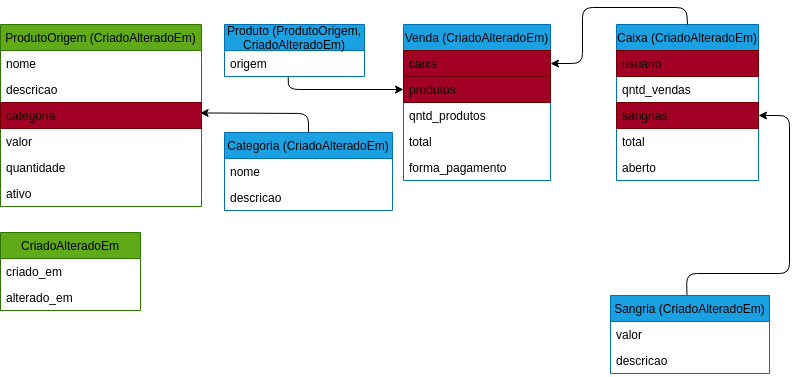
Juzeka/Mercearia keeps this draw.io diagram as relacionamento.png. Above is the earlier version. Source tidied: cells renumbered, new cells last; positions are measured from the earlier drawing's top-left corner, leaving out a move shared by most shapes.
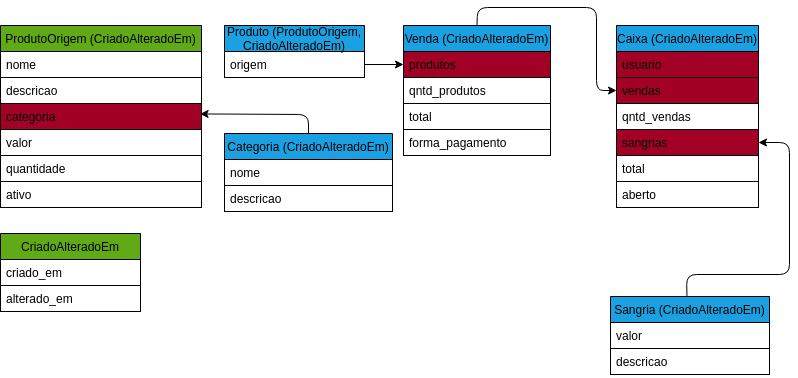
After the commit.

Commit message:
refatorando relacionamento

Change to the diagram source:
```diff
@@ -1,123 +1,119 @@
-<mxGraphModel background="#ffffff">
+<mxGraphModel background="#FFFFFF">
   <root>
     <mxCell id="0" />
     <mxCell id="1" parent="0" />
+    <mxCell id="36" style="edgeStyle=none;html=1;exitX=1;exitY=0.75;exitDx=0;exitDy=0;entryX=0;entryY=0.5;entryDx=0;entryDy=0;fontColor=#000000;strokeColor=#000000;" parent="1" edge="1" source="2" target="13">
+      <mxGeometry relative="1" as="geometry" />
+    </mxCell>
-    <mxCell id="2" value="Produto (ProdutoOrigem, &#10;CriadoAlteradoEm)" style="swimlane;fontStyle=0;horizontal=1;startSize=26;fillColor=#1ba1e2;fontColor=#000000;strokeColor=#006EAF;" parent="1" vertex="1">
+    <mxCell id="2" value="Produto (ProdutoOrigem, &#10;CriadoAlteradoEm)" style="swimlane;fontStyle=0;horizontal=1;startSize=26;fillColor=#1ba1e2;fontColor=#000000;strokeColor=#000000;" parent="1" vertex="1">
       <mxGeometry x="224" y="17" width="140" height="52" as="geometry" />
     </mxCell>
-    <mxCell id="3" value="origem" style="text;strokeColor=none;fillColor=none;align=left;verticalAlign=top;spacingLeft=4;spacingRight=4;overflow=hidden;points=[[0,0.5],[1,0.5]];portConstraint=eastwest;fontColor=#000000;" parent="2" vertex="1">
+    <mxCell id="3" value="origem" style="text;strokeColor=#000000;fillColor=none;align=left;verticalAlign=top;spacingLeft=4;spacingRight=4;overflow=hidden;points=[[0,0.5],[1,0.5]];portConstraint=eastwest;fontColor=#000000;" parent="2" vertex="1">
       <mxGeometry y="26" width="140" height="26" as="geometry" />
     </mxCell>
-    <mxCell id="4" value="ProdutoOrigem (CriadoAlteradoEm)" style="swimlane;fontStyle=0;horizontal=1;startSize=26;fillColor=#60a917;fontColor=#000000;strokeColor=#2D7600;" parent="1" vertex="1">
+    <mxCell id="4" value="ProdutoOrigem (CriadoAlteradoEm)" style="swimlane;fontStyle=0;horizontal=1;startSize=26;fillColor=#60a917;fontColor=#000000;strokeColor=#000000;" parent="1" vertex="1">
       <mxGeometry y="17" width="201" height="182" as="geometry" />
     </mxCell>
-    <mxCell id="5" value="nome" style="text;strokeColor=none;fillColor=none;align=left;verticalAlign=top;spacingLeft=4;spacingRight=4;overflow=hidden;fontColor=#000000;" parent="4" vertex="1">
+    <mxCell id="5" value="nome" style="text;strokeColor=#000000;fillColor=none;align=left;verticalAlign=top;spacingLeft=4;spacingRight=4;overflow=hidden;fontColor=#000000;" parent="4" vertex="1">
       <mxGeometry y="26" width="201" height="26" as="geometry" />
     </mxCell>
-    <mxCell id="6" value="descricao" style="text;strokeColor=none;fillColor=none;align=left;verticalAlign=top;spacingLeft=4;spacingRight=4;overflow=hidden;fontColor=#000000;" parent="4" vertex="1">
+    <mxCell id="6" value="descricao" style="text;strokeColor=#000000;fillColor=none;align=left;verticalAlign=top;spacingLeft=4;spacingRight=4;overflow=hidden;fontColor=#000000;" parent="4" vertex="1">
       <mxGeometry y="52" width="201" height="26" as="geometry" />
     </mxCell>
-    <mxCell id="7" value="categoria" style="text;strokeColor=#6F0000;fillColor=#a20025;align=left;verticalAlign=top;spacingLeft=4;spacingRight=4;overflow=hidden;points=[[0,0.5],[1,0.5]];portConstraint=eastwest;fontColor=#000000;" parent="4" vertex="1">
+    <mxCell id="7" value="categoria" style="text;strokeColor=#000000;fillColor=#a20025;align=left;verticalAlign=top;spacingLeft=4;spacingRight=4;overflow=hidden;points=[[0,0.5],[1,0.5]];portConstraint=eastwest;fontColor=#000000;" parent="4" vertex="1">
       <mxGeometry y="78" width="201" height="26" as="geometry" />
     </mxCell>
-    <mxCell id="8" value="valor" style="text;strokeColor=none;fillColor=none;align=left;verticalAlign=top;spacingLeft=4;spacingRight=4;overflow=hidden;fontColor=#000000;" parent="4" vertex="1">
+    <mxCell id="8" value="valor" style="text;strokeColor=#000000;fillColor=none;align=left;verticalAlign=top;spacingLeft=4;spacingRight=4;overflow=hidden;fontColor=#000000;" parent="4" vertex="1">
       <mxGeometry y="104" width="201" height="26" as="geometry" />
     </mxCell>
-    <mxCell id="9" value="quantidade" style="text;strokeColor=none;fillColor=none;align=left;verticalAlign=top;spacingLeft=4;spacingRight=4;overflow=hidden;fontColor=#000000;" parent="4" vertex="1">
+    <mxCell id="9" value="quantidade" style="text;strokeColor=#000000;fillColor=none;align=left;verticalAlign=top;spacingLeft=4;spacingRight=4;overflow=hidden;fontColor=#000000;" parent="4" vertex="1">
       <mxGeometry y="130" width="201" height="26" as="geometry" />
     </mxCell>
-    <mxCell id="10" value="ativo" style="text;strokeColor=none;fillColor=none;align=left;verticalAlign=top;spacingLeft=4;spacingRight=4;overflow=hidden;fontColor=#000000;" parent="4" vertex="1">
+    <mxCell id="10" value="ativo" style="text;strokeColor=#000000;fillColor=none;align=left;verticalAlign=top;spacingLeft=4;spacingRight=4;overflow=hidden;fontColor=#000000;" parent="4" vertex="1">
       <mxGeometry y="156" width="201" height="26" as="geometry" />
     </mxCell>
+    <mxCell id="37" style="edgeStyle=none;html=1;exitX=0.5;exitY=0;exitDx=0;exitDy=0;entryX=0;entryY=0.5;entryDx=0;entryDy=0;fontColor=#000000;strokeColor=#000000;" parent="1" edge="1" source="11" target="38">
+      <mxGeometry relative="1" as="geometry">
+        <Array as="points">
+          <mxPoint x="477" y="-1" />
+          <mxPoint x="596" y="-1" />
+          <mxPoint x="596" y="82" />
+        </Array>
+      </mxGeometry>
+    </mxCell>
-    <mxCell id="11" value="Venda (CriadoAlteradoEm)" style="swimlane;fontStyle=0;horizontal=1;startSize=26;fillColor=#1ba1e2;fontColor=#000000;strokeColor=#006EAF;" parent="1" vertex="1">
-      <mxGeometry x="403" y="17" width="147" height="156" as="geometry" />
+    <mxCell id="11" value="Venda (CriadoAlteradoEm)" style="swimlane;fontStyle=0;horizontal=1;startSize=26;fillColor=#1ba1e2;fontColor=#000000;strokeColor=#000000;" parent="1" vertex="1">
+      <mxGeometry x="403" y="17" width="147" height="130" as="geometry" />
     </mxCell>
-    <mxCell id="12" value="caixa" style="text;strokeColor=#6F0000;fillColor=#a20025;align=left;verticalAlign=top;spacingLeft=4;spacingRight=4;overflow=hidden;points=[[0,0.5],[1,0.5]];portConstraint=eastwest;fontColor=#000000;" parent="11" vertex="1">
-      <mxGeometry y="26" width="147" height="26" as="geometry" />
-    </mxCell>
-    <mxCell id="13" value="produtos" style="text;strokeColor=#6F0000;fillColor=#a20025;align=left;verticalAlign=top;spacingLeft=4;spacingRight=4;overflow=hidden;points=[[0,0.5],[1,0.5]];portConstraint=eastwest;fontColor=#000000;" parent="11" vertex="1">
-      <mxGeometry y="52" width="147" height="26" as="geometry" />
+    <mxCell id="13" value="produtos" style="text;strokeColor=#000000;fillColor=#a20025;align=left;verticalAlign=top;spacingLeft=4;spacingRight=4;overflow=hidden;points=[[0,0.5],[1,0.5]];portConstraint=eastwest;fontColor=#000000;" parent="11" vertex="1">
+      <mxGeometry y="26" width="147" height="26" as="geometry" />
     </mxCell>
-    <mxCell id="14" value="qntd_produtos" style="text;strokeColor=none;fillColor=none;align=left;verticalAlign=top;spacingLeft=4;spacingRight=4;overflow=hidden;fontColor=#000000;" parent="11" vertex="1">
-      <mxGeometry y="78" width="147" height="26" as="geometry" />
+    <mxCell id="14" value="qntd_produtos" style="text;strokeColor=#000000;fillColor=none;align=left;verticalAlign=top;spacingLeft=4;spacingRight=4;overflow=hidden;fontColor=#000000;" parent="11" vertex="1">
+      <mxGeometry y="52" width="147" height="26" as="geometry" />
     </mxCell>
-    <mxCell id="15" value="total" style="text;strokeColor=none;fillColor=none;align=left;verticalAlign=top;spacingLeft=4;spacingRight=4;overflow=hidden;fontColor=#000000;" parent="11" vertex="1">
-      <mxGeometry y="104" width="147" height="26" as="geometry" />
+    <mxCell id="15" value="total" style="text;strokeColor=#000000;fillColor=none;align=left;verticalAlign=top;spacingLeft=4;spacingRight=4;overflow=hidden;fontColor=#000000;" parent="11" vertex="1">
+      <mxGeometry y="78" width="147" height="26" as="geometry" />
     </mxCell>
-    <mxCell id="16" value="forma_pagamento" style="text;strokeColor=none;fillColor=none;align=left;verticalAlign=top;spacingLeft=4;spacingRight=4;overflow=hidden;fontColor=#000000;" parent="11" vertex="1">
-      <mxGeometry y="130" width="147" height="26" as="geometry" />
+    <mxCell id="16" value="forma_pagamento" style="text;strokeColor=#000000;fillColor=none;align=left;verticalAlign=top;spacingLeft=4;spacingRight=4;overflow=hidden;fontColor=#000000;" parent="11" vertex="1">
+      <mxGeometry y="104" width="147" height="26" as="geometry" />
     </mxCell>
-    <mxCell id="17" value="Caixa (CriadoAlteradoEm)" style="swimlane;fontStyle=0;horizontal=1;startSize=26;fillColor=#1ba1e2;fontColor=#000000;strokeColor=#006EAF;" parent="1" vertex="1">
-      <mxGeometry x="616" y="17" width="142" height="156" as="geometry" />
+    <mxCell id="17" value="Caixa (CriadoAlteradoEm)" style="swimlane;fontStyle=0;horizontal=1;startSize=26;fillColor=#1ba1e2;fontColor=#000000;strokeColor=#000000;" parent="1" vertex="1">
+      <mxGeometry x="616" y="17" width="142" height="182" as="geometry" />
     </mxCell>
-    <mxCell id="18" value="usuario" style="text;strokeColor=#6F0000;fillColor=#a20025;align=left;verticalAlign=top;spacingLeft=4;spacingRight=4;overflow=hidden;fontColor=#000000;" parent="17" vertex="1">
+    <mxCell id="18" value="usuario" style="text;strokeColor=#000000;fillColor=#a20025;align=left;verticalAlign=top;spacingLeft=4;spacingRight=4;overflow=hidden;fontColor=#000000;" parent="17" vertex="1">
       <mxGeometry y="26" width="142" height="26" as="geometry" />
     </mxCell>
+    <mxCell id="38" value="vendas" style="text;strokeColor=#000000;fillColor=#a20025;align=left;verticalAlign=top;spacingLeft=4;spacingRight=4;overflow=hidden;points=[[0,0.5],[1,0.5]];portConstraint=eastwest;fontColor=#000000;" parent="17" vertex="1">
+      <mxGeometry y="52" width="142" height="26" as="geometry" />
+    </mxCell>
-    <mxCell id="19" value="qntd_vendas" style="text;strokeColor=none;fillColor=none;align=left;verticalAlign=top;spacingLeft=4;spacingRight=4;overflow=hidden;fontColor=#000000;" parent="17" vertex="1">
-      <mxGeometry y="52" width="142" height="26" as="geometry" />
+    <mxCell id="19" value="qntd_vendas" style="text;strokeColor=#000000;fillColor=none;align=left;verticalAlign=top;spacingLeft=4;spacingRight=4;overflow=hidden;fontColor=#000000;" parent="17" vertex="1">
+      <mxGeometry y="78" width="142" height="26" as="geometry" />
     </mxCell>
-    <mxCell id="20" value="sangrias" style="text;strokeColor=#6F0000;fillColor=#a20025;align=left;verticalAlign=top;spacingLeft=4;spacingRight=4;overflow=hidden;points=[[0,0.5],[1,0.5]];portConstraint=eastwest;fontColor=#000000;" parent="17" vertex="1">
-      <mxGeometry y="78" width="142" height="26" as="geometry" />
+    <mxCell id="20" value="sangrias" style="text;strokeColor=#000000;fillColor=#a20025;align=left;verticalAlign=top;spacingLeft=4;spacingRight=4;overflow=hidden;points=[[0,0.5],[1,0.5]];portConstraint=eastwest;fontColor=#000000;" parent="17" vertex="1">
+      <mxGeometry y="104" width="142" height="26" as="geometry" />
     </mxCell>
-    <mxCell id="21" value="total" style="text;strokeColor=none;fillColor=none;align=left;verticalAlign=top;spacingLeft=4;spacingRight=4;overflow=hidden;fontColor=#000000;" parent="17" vertex="1">
-      <mxGeometry y="104" width="142" height="26" as="geometry" />
+    <mxCell id="21" value="total" style="text;strokeColor=#000000;fillColor=none;align=left;verticalAlign=top;spacingLeft=4;spacingRight=4;overflow=hidden;fontColor=#000000;" parent="17" vertex="1">
+      <mxGeometry y="130" width="142" height="26" as="geometry" />
     </mxCell>
-    <mxCell id="22" value="aberto" style="text;strokeColor=none;fillColor=none;align=left;verticalAlign=top;spacingLeft=4;spacingRight=4;overflow=hidden;fontColor=#000000;" parent="17" vertex="1">
-      <mxGeometry y="130" width="142" height="26" as="geometry" />
+    <mxCell id="22" value="aberto" style="text;strokeColor=#000000;fillColor=none;align=left;verticalAlign=top;spacingLeft=4;spacingRight=4;overflow=hidden;fontColor=#000000;" parent="17" vertex="1">
+      <mxGeometry y="156" width="142" height="26" as="geometry" />
     </mxCell>
-    <mxCell id="23" value="Sangria (CriadoAlteradoEm)" style="swimlane;fontStyle=0;horizontal=1;startSize=26;fillColor=#1ba1e2;fontColor=#000000;strokeColor=#006EAF;" parent="1" vertex="1">
+    <mxCell id="23" value="Sangria (CriadoAlteradoEm)" style="swimlane;fontStyle=0;horizontal=1;startSize=26;fillColor=#1ba1e2;fontColor=#000000;strokeColor=#000000;" parent="1" vertex="1">
       <mxGeometry x="610" y="288" width="159" height="78" as="geometry" />
     </mxCell>
-    <mxCell id="24" value="valor" style="text;strokeColor=none;fillColor=none;align=left;verticalAlign=top;spacingLeft=4;spacingRight=4;overflow=hidden;fontColor=#000000;" parent="23" vertex="1">
+    <mxCell id="24" value="valor" style="text;strokeColor=#000000;fillColor=none;align=left;verticalAlign=top;spacingLeft=4;spacingRight=4;overflow=hidden;fontColor=#000000;" parent="23" vertex="1">
       <mxGeometry y="26" width="159" height="26" as="geometry" />
     </mxCell>
-    <mxCell id="25" value="descricao" style="text;strokeColor=none;fillColor=none;align=left;verticalAlign=top;spacingLeft=4;spacingRight=4;overflow=hidden;fontColor=#000000;" parent="23" vertex="1">
+    <mxCell id="25" value="descricao" style="text;strokeColor=#000000;fillColor=none;align=left;verticalAlign=top;spacingLeft=4;spacingRight=4;overflow=hidden;fontColor=#000000;" parent="23" vertex="1">
       <mxGeometry y="52" width="159" height="26" as="geometry" />
     </mxCell>
-    <mxCell id="26" value="Categoria (CriadoAlteradoEm)" style="swimlane;fontStyle=0;horizontal=1;startSize=26;fillColor=#1ba1e2;fontColor=#000000;strokeColor=#006EAF;" parent="1" vertex="1">
+    <mxCell id="26" value="Categoria (CriadoAlteradoEm)" style="swimlane;fontStyle=0;horizontal=1;startSize=26;fillColor=#1ba1e2;fontColor=#000000;strokeColor=#000000;" parent="1" vertex="1">
       <mxGeometry x="224" y="125" width="168" height="78" as="geometry" />
     </mxCell>
-    <mxCell id="27" value="nome" style="text;strokeColor=none;fillColor=none;align=left;verticalAlign=top;spacingLeft=4;spacingRight=4;overflow=hidden;fontColor=#000000;" parent="26" vertex="1">
+    <mxCell id="27" value="nome" style="text;strokeColor=#000000;fillColor=none;align=left;verticalAlign=top;spacingLeft=4;spacingRight=4;overflow=hidden;fontColor=#000000;" parent="26" vertex="1">
       <mxGeometry y="26" width="168" height="26" as="geometry" />
     </mxCell>
-    <mxCell id="28" value="descricao" style="text;strokeColor=none;fillColor=none;align=left;verticalAlign=top;spacingLeft=4;spacingRight=4;overflow=hidden;fontColor=#000000;" parent="26" vertex="1">
+    <mxCell id="28" value="descricao" style="text;strokeColor=#000000;fillColor=none;align=left;verticalAlign=top;spacingLeft=4;spacingRight=4;overflow=hidden;fontColor=#000000;" parent="26" vertex="1">
       <mxGeometry y="52" width="168" height="26" as="geometry" />
     </mxCell>
-    <mxCell id="29" value="CriadoAlteradoEm" style="swimlane;fontStyle=0;horizontal=1;startSize=26;fillColor=#60a917;fontColor=#000000;strokeColor=#2D7600;" parent="1" vertex="1">
+    <mxCell id="29" value="CriadoAlteradoEm" style="swimlane;fontStyle=0;horizontal=1;startSize=26;fillColor=#60a917;fontColor=#000000;strokeColor=#000000;" parent="1" vertex="1">
       <mxGeometry y="225" width="140" height="78" as="geometry" />
     </mxCell>
-    <mxCell id="30" value="criado_em" style="text;strokeColor=none;fillColor=none;align=left;verticalAlign=top;spacingLeft=4;spacingRight=4;overflow=hidden;fontColor=#000000;" parent="29" vertex="1">
+    <mxCell id="30" value="criado_em" style="text;strokeColor=#000000;fillColor=none;align=left;verticalAlign=top;spacingLeft=4;spacingRight=4;overflow=hidden;fontColor=#000000;" parent="29" vertex="1">
       <mxGeometry y="26" width="140" height="26" as="geometry" />
     </mxCell>
-    <mxCell id="31" value="alterado_em" style="text;strokeColor=none;fillColor=none;align=left;verticalAlign=top;spacingLeft=4;spacingRight=4;overflow=hidden;fontColor=#000000;" parent="29" vertex="1">
+    <mxCell id="31" value="alterado_em" style="text;strokeColor=#000000;fillColor=none;align=left;verticalAlign=top;spacingLeft=4;spacingRight=4;overflow=hidden;fontColor=#000000;" parent="29" vertex="1">
       <mxGeometry y="52" width="140" height="26" as="geometry" />
     </mxCell>
-    <mxCell id="32" style="edgeStyle=none;exitX=0.455;exitY=1.011;exitDx=0;exitDy=0;exitPerimeter=0;fontColor=#000000;labelBorderColor=none;" parent="1" edge="1" source="3" target="13">
-      <mxGeometry relative="1" as="geometry">
-        <Array as="points">
-          <mxPoint x="288" y="82" />
-        </Array>
-      </mxGeometry>
-    </mxCell>
-    <mxCell id="33" style="edgeStyle=none;exitX=0.5;exitY=0;exitDx=0;exitDy=0;fontColor=#000000;labelBorderColor=none;" parent="1" edge="1" source="17" target="12">
-      <mxGeometry relative="1" as="geometry">
-        <Array as="points">
-          <mxPoint x="686" />
-          <mxPoint x="582" />
-          <mxPoint x="582" y="56" />
-        </Array>
-      </mxGeometry>
-    </mxCell>
-    <mxCell id="34" style="edgeStyle=none;entryX=1;entryY=0.5;entryDx=0;entryDy=0;exitX=0.481;exitY=-0.007;exitDx=0;exitDy=0;exitPerimeter=0;fontColor=#000000;labelBorderColor=none;" parent="1" edge="1" source="23" target="20">
+    <mxCell id="34" style="edgeStyle=none;entryX=1;entryY=0.5;entryDx=0;entryDy=0;exitX=0.481;exitY=-0.007;exitDx=0;exitDy=0;exitPerimeter=0;fontColor=#000000;labelBorderColor=none;strokeColor=#000000;" parent="1" edge="1" source="23" target="20">
       <mxGeometry relative="1" as="geometry">
         <Array as="points">
           <mxPoint x="686" y="266" />
           <mxPoint x="789" y="266" />
-          <mxPoint x="789" y="108" />
+          <mxPoint x="789" y="134" />
         </Array>
       </mxGeometry>
     </mxCell>
-    <mxCell id="35" style="edgeStyle=none;entryX=0.993;entryY=0.402;entryDx=0;entryDy=0;entryPerimeter=0;fontColor=#000000;labelBorderColor=none;" parent="1" edge="1" source="26" target="7">
+    <mxCell id="35" style="edgeStyle=none;entryX=0.993;entryY=0.402;entryDx=0;entryDy=0;entryPerimeter=0;fontColor=#000000;labelBorderColor=none;strokeColor=#000000;" parent="1" edge="1" source="26" target="7">
       <mxGeometry relative="1" as="geometry">
         <Array as="points">
           <mxPoint x="308" y="106" />
```
